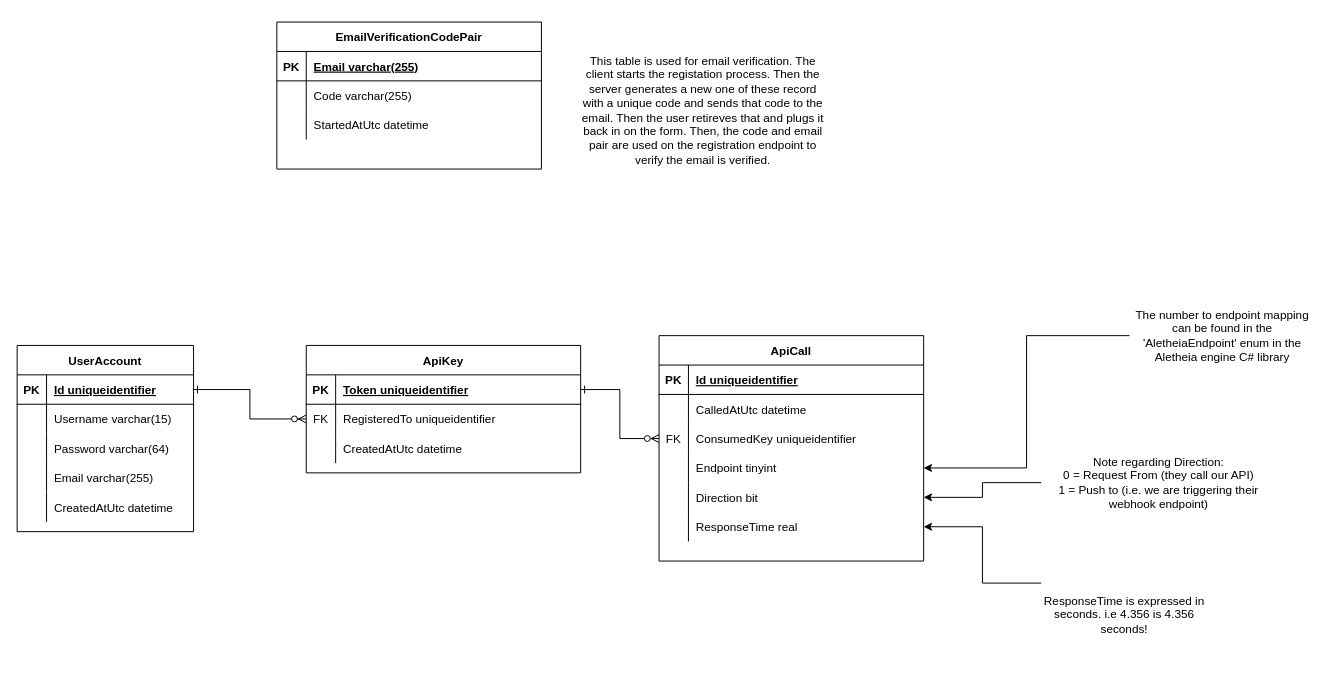
The draw.io diagram page "User-Related" (3 of 3) of AletheiaErd.drawio in TimHanewich/Aletheia-Engine-Library, before the edit. Source tidied: cells renumbered, new cells numbered last; positions are measured from the earlier drawing's top-left corner, leaving out a move shared by most shapes. Both pictures are drawn from the tidied source at 98%, with x=0, y=0 at pixel (17, 17).
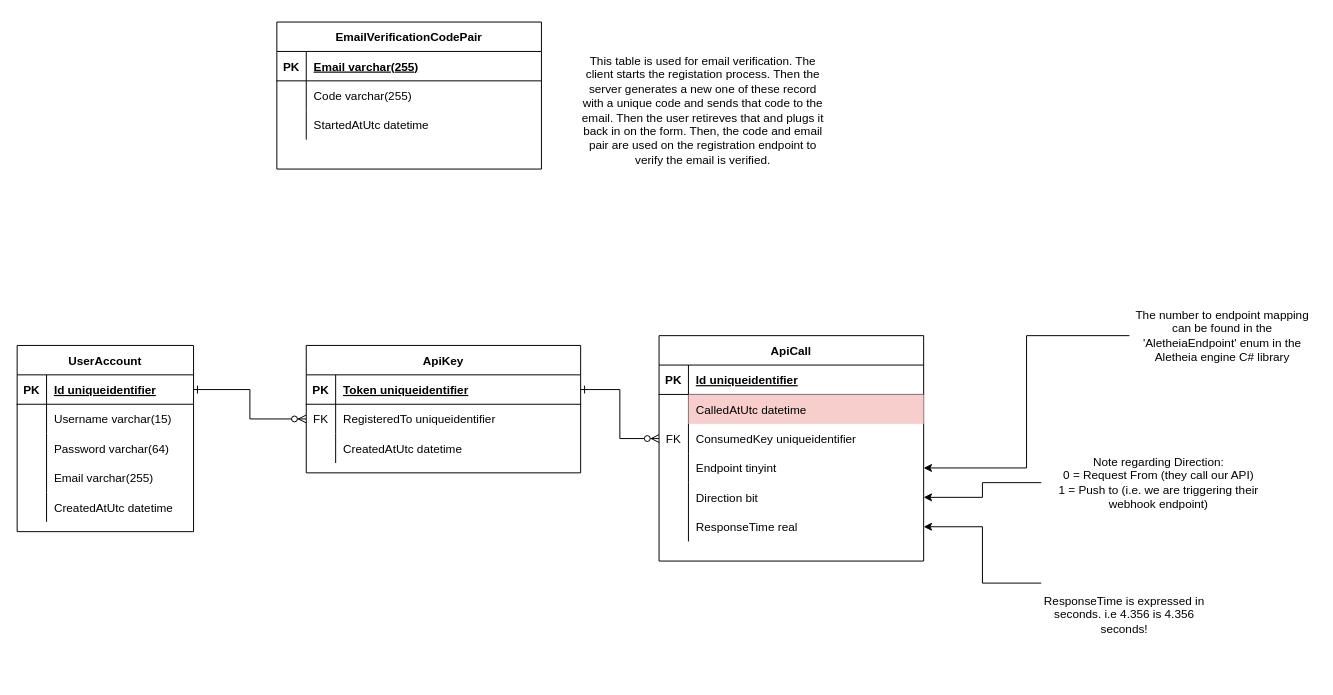
The same diagram, later.

Commit message:
Marked CalledAtUtc as an indexed column

The change refers to these unchanged cells:
```xml
<mxCell id="33" style="shape=partialRectangle;fillColor=none;top=0;left=0;bottom=0;right=0;" parent="29" vertex="1">
  <mxGeometry y="60" width="270" height="30" as="geometry" />
</mxCell>
```

Diff of the diagram source:
```diff
@@
-    <mxCell id="35" value="CalledAtUtc datetime" style="shape=partialRectangle;fillColor=none;top=0;left=0;bottom=0;right=0;align=left;spacingLeft=6;overflow=hidden;" parent="33" vertex="1">
+    <mxCell id="35" value="CalledAtUtc datetime" style="shape=partialRectangle;fillColor=#f8cecc;top=0;left=0;bottom=0;right=0;align=left;spacingLeft=6;overflow=hidden;strokeColor=#b85450;" parent="33" vertex="1">
       <mxGeometry x="30" width="240" height="30" as="geometry" />
     </mxCell>
```
